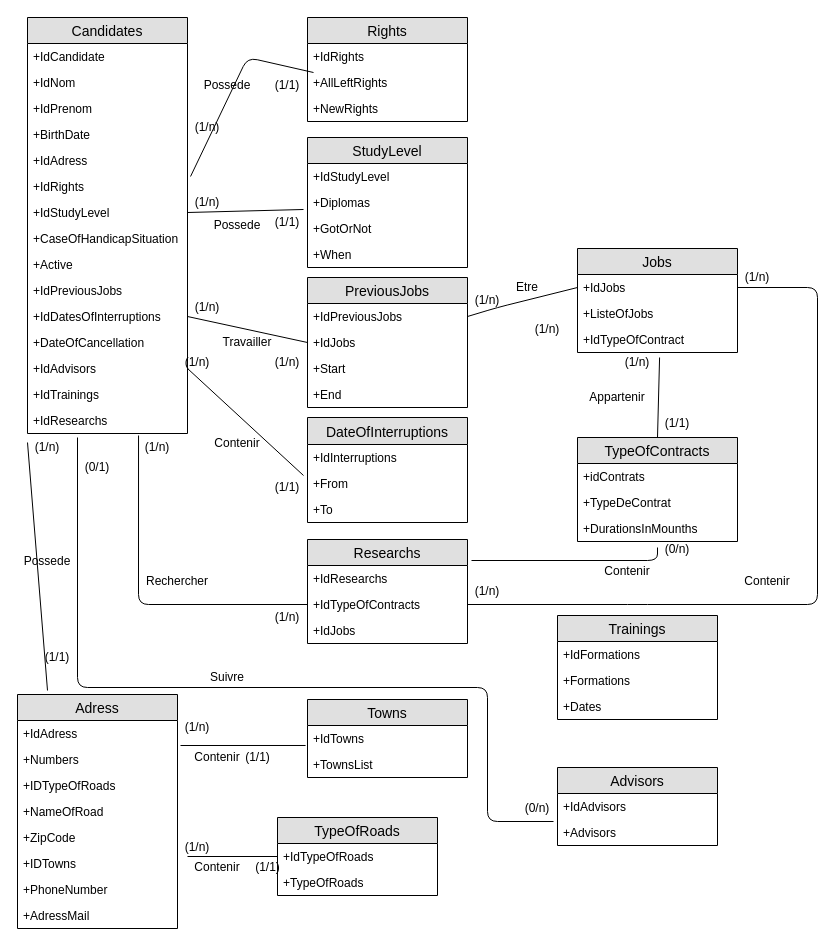
The draw.io diagram table PE.drawio in torkhan/MarcRemiseExo-tables, before the edit. Source tidied: cells renumbered, new cells numbered last; positions are measured from the earlier drawing's top-left corner, leaving out a move shared by most shapes. Both pictures are drawn from the tidied source at 100%, with x=0, y=0 at pixel (17, 17).
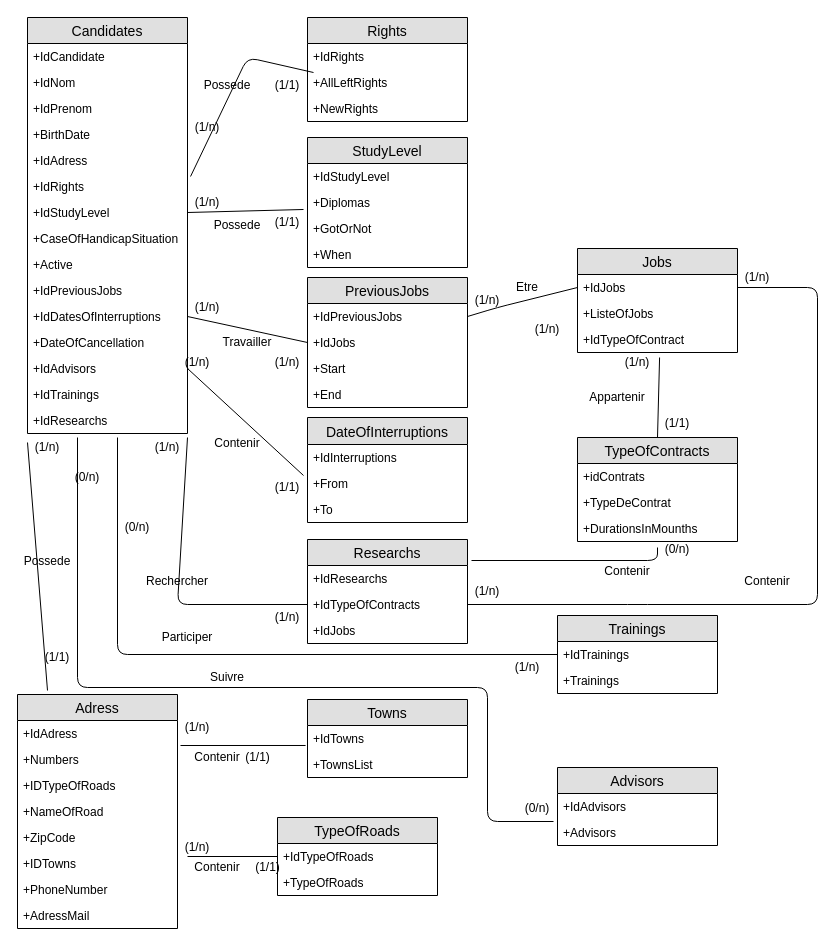
The same diagram, later.

The change refers to these unchanged cells:
```xml
<mxCell id="17" value="+IdResearchs" style="text;strokeColor=none;fillColor=none;spacingLeft=4;spacingRight=4;overflow=hidden;points=[[0,0.5],[1,0.5]];portConstraint=eastwest;fontSize=12;fontColor=#000000;" parent="2" vertex="1">
  <mxGeometry y="390" width="160" height="26" as="geometry" />
</mxCell>
<mxCell id="35" value="+IdTypeOfContracts" style="text;strokeColor=none;fillColor=none;spacingLeft=4;spacingRight=4;overflow=hidden;points=[[0,0.5],[1,0.5]];portConstraint=eastwest;fontSize=12;" parent="33" vertex="1">
  <mxGeometry y="52" width="160" height="26" as="geometry" />
</mxCell>
```

Change to the diagram source:
```diff
@@
     <mxCell id="25" value="Trainings" style="swimlane;fontStyle=0;horizontal=1;startSize=26;fillColor=#e0e0e0;swimlaneFillColor=#ffffff;align=center;fontSize=14;" parent="1" vertex="1">
-      <mxGeometry x="540" y="598" width="160" height="104" as="geometry" />
+      <mxGeometry x="540" y="598" width="160" height="78" as="geometry" />
     </mxCell>
-    <mxCell id="26" value="+IdFormations" style="text;strokeColor=none;fillColor=none;spacingLeft=4;spacingRight=4;overflow=hidden;points=[[0,0.5],[1,0.5]];portConstraint=eastwest;fontSize=12;" parent="25" vertex="1">
+    <mxCell id="26" value="+IdTrainings" style="text;strokeColor=none;fillColor=none;spacingLeft=4;spacingRight=4;overflow=hidden;points=[[0,0.5],[1,0.5]];portConstraint=eastwest;fontSize=12;" parent="25" vertex="1">
       <mxGeometry y="26" width="160" height="26" as="geometry" />
     </mxCell>
-    <mxCell id="27" value="+Formations" style="text;strokeColor=none;fillColor=none;spacingLeft=4;spacingRight=4;overflow=hidden;fontSize=12;" parent="25" vertex="1">
+    <mxCell id="27" value="+Trainings" style="text;strokeColor=none;fillColor=none;spacingLeft=4;spacingRight=4;overflow=hidden;fontSize=12;" parent="25" vertex="1">
       <mxGeometry y="52" width="160" height="26" as="geometry" />
     </mxCell>
-    <mxCell id="28" value="+Dates" style="text;strokeColor=none;fillColor=none;spacingLeft=4;spacingRight=4;overflow=hidden;fontSize=12;" parent="25" vertex="1">
-      <mxGeometry y="78" width="160" height="26" as="geometry" />
-    </mxCell>
@@
-    <mxCell id="106" style="endArrow=none;html=1;fontColor=#000000;entryX=0;entryY=0.5;entryDx=0;entryDy=0;exitX=0.694;exitY=1.077;exitDx=0;exitDy=0;exitPerimeter=0;" parent="1" edge="1" source="17" target="35">
+    <mxCell id="106" style="endArrow=none;html=1;fontColor=#000000;entryX=0;entryY=0.5;entryDx=0;entryDy=0;exitX=1;exitY=0;exitDx=0;exitDy=0;" parent="1" edge="1" source="107" target="35">
       <mxGeometry relative="1" as="geometry">
         <Array as="points">
-          <mxPoint x="121" y="587" />
+          <mxPoint x="160" y="587" />
         </Array>
       </mxGeometry>
     </mxCell>
     <mxCell id="107" value="(1/n)" style="text;html=1;strokeColor=none;fillColor=none;align=center;verticalAlign=middle;whiteSpace=wrap;rounded=0;fontColor=#000000;" parent="1" vertex="1">
-      <mxGeometry x="120" y="420" width="40" height="20" as="geometry" />
+      <mxGeometry x="130" y="420" width="40" height="20" as="geometry" />
     </mxCell>
+    <mxCell id="121" value="&lt;div&gt;(0/n)&lt;/div&gt;" style="text;html=1;strokeColor=none;fillColor=none;align=center;verticalAlign=middle;whiteSpace=wrap;rounded=0;fontColor=#000000;" parent="1" vertex="1">
+      <mxGeometry x="100" y="500" width="40" height="20" as="geometry" />
+    </mxCell>
@@
-    <mxCell id="118" value="(0/1)" style="text;html=1;strokeColor=none;fillColor=none;align=center;verticalAlign=middle;whiteSpace=wrap;rounded=0;fontColor=#000000;" parent="1" vertex="1">
-      <mxGeometry x="60" y="440" width="40" height="20" as="geometry" />
+    <mxCell id="118" value="(0/n)" style="text;html=1;strokeColor=none;fillColor=none;align=center;verticalAlign=middle;whiteSpace=wrap;rounded=0;fontColor=#000000;" parent="1" vertex="1">
+      <mxGeometry x="50" y="450" width="40" height="20" as="geometry" />
     </mxCell>
@@
+    <mxCell id="122" style="endArrow=none;html=1;fontColor=#000000;exitX=0;exitY=0.5;exitDx=0;exitDy=0;" parent="1" edge="1" source="26">
+      <mxGeometry relative="1" as="geometry">
+        <mxPoint x="100" y="420" as="targetPoint" />
+        <Array as="points">
+          <mxPoint x="100" y="637" />
+        </Array>
+      </mxGeometry>
+    </mxCell>
+    <mxCell id="123" value="Participer" style="text;html=1;strokeColor=none;fillColor=none;align=center;verticalAlign=middle;whiteSpace=wrap;rounded=0;fontColor=#000000;" parent="1" vertex="1">
+      <mxGeometry x="130" y="610" width="80" height="20" as="geometry" />
+    </mxCell>
+    <mxCell id="124" value="(1/n)" style="text;html=1;strokeColor=none;fillColor=none;align=center;verticalAlign=middle;whiteSpace=wrap;rounded=0;fontColor=#000000;" parent="1" vertex="1">
+      <mxGeometry x="490" y="640" width="40" height="20" as="geometry" />
+    </mxCell>
```
